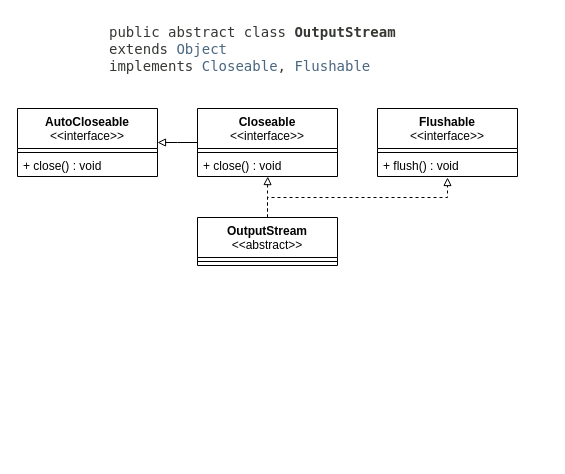
Earlier version of the draw.io diagram UML-OutputStream.drawio (qingyunlyp/resource). Source tidied: cells renumbered, new cells numbered last; positions are measured from the earlier drawing's top-left corner, leaving out a move shared by most shapes. Both pictures are drawn from the tidied source at 100%, with x=0, y=0 at pixel (17, 17).
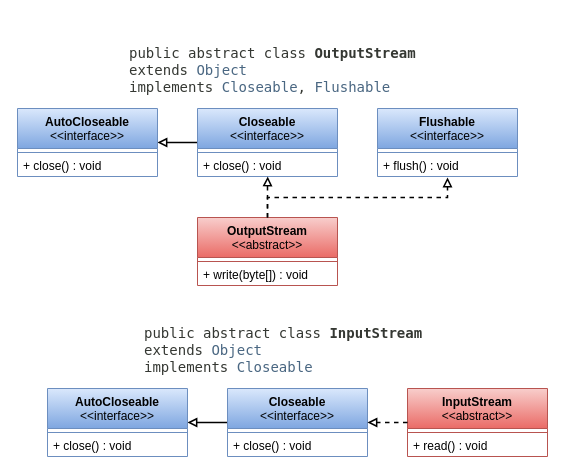
The same page after the edit.

Unchanged cells that the change refers to:
```xml
<mxCell id="8" value="+ close() : void" style="text;html=1;strokeColor=none;fillColor=none;align=left;verticalAlign=middle;spacingLeft=4;spacingRight=4;overflow=hidden;points=[[0,0.5],[1,0.5]];portConstraint=eastwest;whiteSpace=wrap;" parent="6" vertex="1">
  <mxGeometry y="48" width="140" height="20" as="geometry" />
</mxCell>
```

Change to the diagram source:
```diff
@@
-    <mxCell id="2" value="&lt;b&gt;OutputStream&lt;/b&gt;&lt;br&gt;&amp;lt;&amp;lt;abstract&amp;gt;&amp;gt;" style="swimlane;fontStyle=0;align=center;verticalAlign=top;horizontal=1;startSize=40;html=1;whiteSpace=wrap;" parent="1" vertex="1">
-      <mxGeometry x="180" y="200" width="140" height="48" as="geometry" />
+    <mxCell id="2" value="&lt;b&gt;OutputStream&lt;/b&gt;&lt;br&gt;&amp;lt;&amp;lt;abstract&amp;gt;&amp;gt;" style="swimlane;fontStyle=0;align=center;verticalAlign=top;horizontal=1;startSize=40;html=1;whiteSpace=wrap;fillColor=#f8cecc;gradientColor=#ea6b66;strokeColor=#b85450;" parent="1" vertex="1">
+      <mxGeometry x="180" y="200" width="140" height="68" as="geometry" />
     </mxCell>
-    <mxCell id="3" style="line;strokeWidth=1;fillColor=none;align=left;verticalAlign=middle;spacingTop=-1;spacingLeft=3;spacingRight=3;labelPosition=right;" parent="2" vertex="1">
+    <mxCell id="3" style="line;strokeWidth=1;fillColor=none;align=left;verticalAlign=middle;spacingTop=-1;spacingLeft=3;spacingRight=3;labelPosition=right;strokeColor=#B85450;" parent="2" vertex="1">
       <mxGeometry y="40" width="140" height="8" as="geometry" />
     </mxCell>
+    <mxCell id="17" value="&lt;span style=&quot;white-space: normal;&quot;&gt;+ write(byte[]) : void&lt;/span&gt;" style="text;html=1;strokeColor=none;fillColor=none;align=left;verticalAlign=middle;spacingLeft=4;spacingRight=4;overflow=hidden;whiteSpace=wrap;" parent="2" vertex="1">
+      <mxGeometry y="48" width="140" height="20" as="geometry" />
+    </mxCell>
     <mxCell id="4" value="&lt;span style=&quot;color: rgb(53, 56, 51); font-family: &amp;quot;DejaVu Sans Mono&amp;quot;, monospace; font-size: 14px; font-style: normal; font-variant-ligatures: normal; font-variant-caps: normal; font-weight: 400; letter-spacing: normal; orphans: 2; text-align: left; text-indent: 0px; text-transform: none; widows: 2; word-spacing: 0px; -webkit-text-stroke-width: 0px; white-space: pre; background-color: rgb(255, 255, 255); text-decoration-thickness: initial; text-decoration-style: initial; text-decoration-color: initial; float: none; display: inline !important;&quot;&gt;public abstract class &lt;/span&gt;&lt;span class=&quot;typeNameLabel&quot; style=&quot;font-weight: bold; color: rgb(53, 56, 51); font-family: &amp;quot;DejaVu Sans Mono&amp;quot;, monospace; font-size: 14px; font-style: normal; font-variant-ligatures: normal; font-variant-caps: normal; letter-spacing: normal; orphans: 2; text-align: left; text-indent: 0px; text-transform: none; widows: 2; word-spacing: 0px; -webkit-text-stroke-width: 0px; white-space: pre; background-color: rgb(255, 255, 255); text-decoration-thickness: initial; text-decoration-style: initial; text-decoration-color: initial;&quot;&gt;OutputStream&lt;/span&gt;&lt;span style=&quot;color: rgb(53, 56, 51); font-family: &amp;quot;DejaVu Sans Mono&amp;quot;, monospace; font-size: 14px; font-style: normal; font-variant-ligatures: normal; font-variant-caps: normal; font-weight: 400; letter-spacing: normal; orphans: 2; text-align: left; text-indent: 0px; text-transform: none; widows: 2; word-spacing: 0px; -webkit-text-stroke-width: 0px; white-space: pre; background-color: rgb(255, 255, 255); text-decoration-thickness: initial; text-decoration-style: initial; text-decoration-color: initial; float: none; display: inline !important;&quot;&gt;&lt;br&gt;extends &lt;/span&gt;&lt;a href=&quot;https://docs.oracle.com/javase/8/docs/api/java/lang/Object.html&quot; title=&quot;class in java.lang&quot; style=&quot;text-decoration: none; color: rgb(74, 103, 130); font-family: &amp;quot;DejaVu Sans Mono&amp;quot;, monospace; font-size: 14px; font-style: normal; font-variant-ligatures: normal; font-variant-caps: normal; font-weight: 400; letter-spacing: normal; orphans: 2; text-align: left; text-indent: 0px; text-transform: none; widows: 2; word-spacing: 0px; -webkit-text-stroke-width: 0px; white-space: pre; background-color: rgb(255, 255, 255);&quot;&gt;Object&lt;/a&gt;&lt;span style=&quot;color: rgb(53, 56, 51); font-family: &amp;quot;DejaVu Sans Mono&amp;quot;, monospace; font-size: 14px; font-style: normal; font-variant-ligatures: normal; font-variant-caps: normal; font-weight: 400; letter-spacing: normal; orphans: 2; text-align: left; text-indent: 0px; text-transform: none; widows: 2; word-spacing: 0px; -webkit-text-stroke-width: 0px; white-space: pre; background-color: rgb(255, 255, 255); text-decoration-thickness: initial; text-decoration-style: initial; text-decoration-color: initial; float: none; display: inline !important;&quot;&gt;&lt;br&gt;implements &lt;/span&gt;&lt;a href=&quot;https://docs.oracle.com/javase/8/docs/api/java/io/Closeable.html&quot; title=&quot;interface in java.io&quot; style=&quot;text-decoration: none; color: rgb(74, 103, 130); font-family: &amp;quot;DejaVu Sans Mono&amp;quot;, monospace; font-size: 14px; font-style: normal; font-variant-ligatures: normal; font-variant-caps: normal; font-weight: 400; letter-spacing: normal; orphans: 2; text-align: left; text-indent: 0px; text-transform: none; widows: 2; word-spacing: 0px; -webkit-text-stroke-width: 0px; white-space: pre; background-color: rgb(255, 255, 255);&quot;&gt;Closeable&lt;/a&gt;&lt;span style=&quot;color: rgb(53, 56, 51); font-family: &amp;quot;DejaVu Sans Mono&amp;quot;, monospace; font-size: 14px; font-style: normal; font-variant-ligatures: normal; font-variant-caps: normal; font-weight: 400; letter-spacing: normal; orphans: 2; text-align: left; text-indent: 0px; text-transform: none; widows: 2; word-spacing: 0px; -webkit-text-stroke-width: 0px; white-space: pre; background-color: rgb(255, 255, 255); text-decoration-thickness: initial; text-decoration-style: initial; text-decoration-color: initial; float: none; display: inline !important;&quot;&gt;, &lt;/span&gt;&lt;a href=&quot;https://docs.oracle.com/javase/8/docs/api/java/io/Flushable.html&quot; title=&quot;interface in java.io&quot; style=&quot;text-decoration: none; color: rgb(74, 103, 130); font-family: &amp;quot;DejaVu Sans Mono&amp;quot;, monospace; font-size: 14px; font-style: normal; font-variant-ligatures: normal; font-variant-caps: normal; font-weight: 400; letter-spacing: normal; orphans: 2; text-align: left; text-indent: 0px; text-transform: none; widows: 2; word-spacing: 0px; -webkit-text-stroke-width: 0px; white-space: pre; background-color: rgb(255, 255, 255);&quot;&gt;Flushable&lt;/a&gt;" style="text;whiteSpace=wrap;html=1;" parent="1" vertex="1">
-      <mxGeometry x="90" width="300" height="60" as="geometry" />
+      <mxGeometry x="110" y="21" width="300" height="60" as="geometry" />
     </mxCell>
-    <mxCell id="5" style="edgeStyle=orthogonalEdgeStyle;rounded=0;jettySize=auto;html=1;entryX=1;entryY=0.5;entryDx=0;entryDy=0;endArrow=block;endFill=0;" parent="1" edge="1" source="6" target="12">
+    <mxCell id="5" style="edgeStyle=orthogonalEdgeStyle;rounded=0;jettySize=auto;html=1;entryX=1;entryY=0.5;entryDx=0;entryDy=0;endArrow=block;endFill=0;strokeWidth=1.5;" parent="1" edge="1" source="6" target="12">
       <mxGeometry relative="1" as="geometry">
         <Array as="points">
           <mxPoint x="160" y="125" />
           <mxPoint x="160" y="125" />
         </Array>
       </mxGeometry>
     </mxCell>
-    <mxCell id="6" value="&lt;b&gt;Closeable&lt;/b&gt;&lt;br&gt;&amp;lt;&amp;lt;interface&amp;gt;&amp;gt;" style="swimlane;fontStyle=0;align=center;verticalAlign=top;horizontal=1;startSize=40;html=1;whiteSpace=wrap;" parent="1" vertex="1">
+    <mxCell id="6" value="&lt;b&gt;Closeable&lt;/b&gt;&lt;br&gt;&amp;lt;&amp;lt;interface&amp;gt;&amp;gt;" style="swimlane;fontStyle=0;align=center;verticalAlign=top;horizontal=1;startSize=40;html=1;whiteSpace=wrap;fillColor=#dae8fc;gradientColor=#7ea6e0;strokeColor=#6c8ebf;" parent="1" vertex="1">
       <mxGeometry x="180" y="91" width="140" height="68" as="geometry" />
     </mxCell>
-    <mxCell id="7" style="line;strokeWidth=1;fillColor=none;align=left;verticalAlign=middle;spacingTop=-1;spacingLeft=3;spacingRight=3;labelPosition=right;" parent="6" vertex="1">
+    <mxCell id="7" style="line;strokeWidth=1;fillColor=none;align=left;verticalAlign=middle;spacingTop=-1;spacingLeft=3;spacingRight=3;labelPosition=right;strokeColor=#6C8EBF;" parent="6" vertex="1">
       <mxGeometry y="40" width="140" height="8" as="geometry" />
     </mxCell>
@@
-    <mxCell id="9" value="&lt;b&gt;Flushable&lt;/b&gt;&lt;br&gt;&amp;lt;&amp;lt;interface&amp;gt;&amp;gt;" style="swimlane;fontStyle=0;align=center;verticalAlign=top;horizontal=1;startSize=40;html=1;whiteSpace=wrap;" parent="1" vertex="1">
+    <mxCell id="9" value="&lt;b&gt;Flushable&lt;/b&gt;&lt;br&gt;&amp;lt;&amp;lt;interface&amp;gt;&amp;gt;" style="swimlane;fontStyle=0;align=center;verticalAlign=top;horizontal=1;startSize=40;html=1;whiteSpace=wrap;fillColor=#dae8fc;gradientColor=#7ea6e0;strokeColor=#6c8ebf;" parent="1" vertex="1">
       <mxGeometry x="360" y="91" width="140" height="68" as="geometry" />
     </mxCell>
-    <mxCell id="10" style="line;strokeWidth=1;fillColor=none;align=left;verticalAlign=middle;spacingTop=-1;spacingLeft=3;spacingRight=3;labelPosition=right;" parent="9" vertex="1">
+    <mxCell id="10" style="line;strokeWidth=1;fillColor=none;align=left;verticalAlign=middle;spacingTop=-1;spacingLeft=3;spacingRight=3;labelPosition=right;strokeColor=#6C8EBF;" parent="9" vertex="1">
       <mxGeometry y="40" width="140" height="8" as="geometry" />
     </mxCell>
@@
-    <mxCell id="12" value="&lt;b&gt;AutoCloseable&lt;/b&gt;&lt;br&gt;&amp;lt;&amp;lt;interface&amp;gt;&amp;gt;" style="swimlane;fontStyle=0;align=center;verticalAlign=top;horizontal=1;startSize=40;html=1;whiteSpace=wrap;" parent="1" vertex="1">
+    <mxCell id="12" value="&lt;b&gt;AutoCloseable&lt;/b&gt;&lt;br&gt;&amp;lt;&amp;lt;interface&amp;gt;&amp;gt;" style="swimlane;fontStyle=0;align=center;verticalAlign=top;horizontal=1;startSize=40;html=1;whiteSpace=wrap;fillColor=#dae8fc;gradientColor=#7ea6e0;strokeColor=#6c8ebf;swimlaneLine=1;" parent="1" vertex="1">
       <mxGeometry y="91" width="140" height="68" as="geometry" />
     </mxCell>
-    <mxCell id="13" style="line;strokeWidth=1;fillColor=none;align=left;verticalAlign=middle;spacingTop=-1;spacingLeft=3;spacingRight=3;labelPosition=right;" parent="12" vertex="1">
+    <mxCell id="13" style="line;strokeWidth=1;fillColor=none;align=left;verticalAlign=middle;spacingTop=-1;spacingLeft=3;spacingRight=3;labelPosition=right;strokeColor=#6C8EBF;" parent="12" vertex="1">
       <mxGeometry y="40" width="140" height="8" as="geometry" />
     </mxCell>
@@
-    <mxCell id="15" style="edgeStyle=orthogonalEdgeStyle;rounded=0;jettySize=auto;html=1;entryX=0.502;entryY=1.003;entryDx=0;entryDy=0;endArrow=block;endFill=0;entryPerimeter=0;dashed=1;exitX=0.5;exitY=0;exitDx=0;exitDy=0;" parent="1" edge="1" source="2" target="8">
+    <mxCell id="15" style="edgeStyle=orthogonalEdgeStyle;rounded=0;jettySize=auto;html=1;entryX=0.502;entryY=1.003;entryDx=0;entryDy=0;endArrow=block;endFill=0;entryPerimeter=0;dashed=1;exitX=0.5;exitY=0;exitDx=0;exitDy=0;strokeWidth=1.5;" parent="1" edge="1" source="2" target="8">
       <mxGeometry relative="1" as="geometry">
         <Array as="points">
           <mxPoint x="250" y="170" />
           <mxPoint x="250" y="170" />
         </Array>
       </mxGeometry>
     </mxCell>
-    <mxCell id="16" style="edgeStyle=orthogonalEdgeStyle;rounded=0;jettySize=auto;html=1;endArrow=block;endFill=0;dashed=1;exitX=0.5;exitY=0;exitDx=0;exitDy=0;" parent="1" edge="1" source="2">
+    <mxCell id="16" style="edgeStyle=orthogonalEdgeStyle;rounded=0;jettySize=auto;html=1;endArrow=block;endFill=0;dashed=1;exitX=0.5;exitY=0;exitDx=0;exitDy=0;strokeWidth=1.5;" parent="1" edge="1" source="2">
       <mxGeometry relative="1" as="geometry">
         <mxPoint x="430" y="160" as="targetPoint" />
         <Array as="points">
           <mxPoint x="250" y="180" />
           <mxPoint x="430" y="180" />
         </Array>
       </mxGeometry>
     </mxCell>
+    <mxCell id="18" value="&lt;pre style=&quot;font-family: &amp;quot;DejaVu Sans Mono&amp;quot;, monospace; font-size: 14px; margin-top: 0px; color: rgb(53, 56, 51); font-style: normal; font-variant-ligatures: normal; font-variant-caps: normal; font-weight: 400; letter-spacing: normal; orphans: 2; text-align: left; text-indent: 0px; text-transform: none; widows: 2; word-spacing: 0px; -webkit-text-stroke-width: 0px; background-color: rgb(255, 255, 255); text-decoration-thickness: initial; text-decoration-style: initial; text-decoration-color: initial;&quot;&gt;public abstract class &lt;span class=&quot;typeNameLabel&quot; style=&quot;font-weight: bold;&quot;&gt;InputStream&lt;/span&gt;&#10;extends &lt;a href=&quot;https://docs.oracle.com/javase/8/docs/api/java/lang/Object.html&quot; title=&quot;class in java.lang&quot; style=&quot;text-decoration: none; color: rgb(74, 103, 130);&quot;&gt;Object&lt;/a&gt;&#10;implements &lt;a href=&quot;https://docs.oracle.com/javase/8/docs/api/java/io/Closeable.html&quot; title=&quot;interface in java.io&quot; style=&quot;text-decoration: none; color: rgb(74, 103, 130);&quot;&gt;Closeable&lt;/a&gt;&lt;/pre&gt;" style="text;whiteSpace=wrap;html=1;" parent="1" vertex="1">
+      <mxGeometry x="125" y="301" width="310" height="60" as="geometry" />
+    </mxCell>
+    <mxCell id="19" value="&lt;b&gt;InputStream&lt;/b&gt;&lt;br&gt;&amp;lt;&amp;lt;abstract&amp;gt;&amp;gt;" style="swimlane;fontStyle=0;align=center;verticalAlign=top;horizontal=1;startSize=40;html=1;whiteSpace=wrap;fillColor=#f8cecc;gradientColor=#ea6b66;strokeColor=#b85450;" parent="1" vertex="1">
+      <mxGeometry x="390" y="371" width="140" height="68" as="geometry" />
+    </mxCell>
+    <mxCell id="20" style="line;strokeWidth=1;fillColor=none;align=left;verticalAlign=middle;spacingTop=-1;spacingLeft=3;spacingRight=3;labelPosition=right;strokeColor=#B85450;" parent="19" vertex="1">
+      <mxGeometry y="40" width="140" height="8" as="geometry" />
+    </mxCell>
+    <mxCell id="21" value="+&amp;nbsp;&lt;span style=&quot;white-space: normal;&quot;&gt;read()&lt;/span&gt;&amp;nbsp;: void" style="text;html=1;strokeColor=none;fillColor=none;align=left;verticalAlign=middle;spacingLeft=4;spacingRight=4;overflow=hidden;whiteSpace=wrap;" parent="19" vertex="1">
+      <mxGeometry y="48" width="140" height="20" as="geometry" />
+    </mxCell>
+    <mxCell id="22" style="edgeStyle=orthogonalEdgeStyle;rounded=0;jettySize=auto;html=1;entryX=1;entryY=0.5;entryDx=0;entryDy=0;endArrow=block;endFill=0;strokeWidth=1.5;" parent="1" edge="1" source="23" target="26">
+      <mxGeometry relative="1" as="geometry">
+        <Array as="points">
+          <mxPoint x="190" y="405" />
+          <mxPoint x="190" y="405" />
+        </Array>
+      </mxGeometry>
+    </mxCell>
+    <mxCell id="23" value="&lt;b&gt;Closeable&lt;/b&gt;&lt;br&gt;&amp;lt;&amp;lt;interface&amp;gt;&amp;gt;" style="swimlane;fontStyle=0;align=center;verticalAlign=top;horizontal=1;startSize=40;html=1;whiteSpace=wrap;fillColor=#dae8fc;gradientColor=#7ea6e0;strokeColor=#6c8ebf;" parent="1" vertex="1">
+      <mxGeometry x="210" y="371" width="140" height="68" as="geometry" />
+    </mxCell>
+    <mxCell id="24" style="line;strokeWidth=1;fillColor=none;align=left;verticalAlign=middle;spacingTop=-1;spacingLeft=3;spacingRight=3;labelPosition=right;strokeColor=#6C8EBF;" parent="23" vertex="1">
+      <mxGeometry y="40" width="140" height="8" as="geometry" />
+    </mxCell>
+    <mxCell id="25" value="+ close() : void" style="text;html=1;strokeColor=none;fillColor=none;align=left;verticalAlign=middle;spacingLeft=4;spacingRight=4;overflow=hidden;whiteSpace=wrap;" parent="23" vertex="1">
+      <mxGeometry y="48" width="140" height="20" as="geometry" />
+    </mxCell>
+    <mxCell id="26" value="&lt;b&gt;AutoCloseable&lt;/b&gt;&lt;br&gt;&amp;lt;&amp;lt;interface&amp;gt;&amp;gt;" style="swimlane;fontStyle=0;align=center;verticalAlign=top;horizontal=1;startSize=40;html=1;whiteSpace=wrap;fillColor=#dae8fc;gradientColor=#7ea6e0;strokeColor=#6c8ebf;swimlaneLine=1;" parent="1" vertex="1">
+      <mxGeometry x="30" y="371" width="140" height="68" as="geometry" />
+    </mxCell>
+    <mxCell id="27" style="line;strokeWidth=1;fillColor=none;align=left;verticalAlign=middle;spacingTop=-1;spacingLeft=3;spacingRight=3;labelPosition=right;strokeColor=#6C8EBF;" parent="26" vertex="1">
+      <mxGeometry y="40" width="140" height="8" as="geometry" />
+    </mxCell>
+    <mxCell id="28" value="+ close() : void" style="text;html=1;strokeColor=none;fillColor=none;align=left;verticalAlign=middle;spacingLeft=4;spacingRight=4;overflow=hidden;whiteSpace=wrap;" parent="26" vertex="1">
+      <mxGeometry y="48" width="140" height="20" as="geometry" />
+    </mxCell>
+    <mxCell id="29" style="edgeStyle=orthogonalEdgeStyle;rounded=0;jettySize=auto;html=1;endArrow=block;endFill=0;dashed=1;exitX=0;exitY=0.5;exitDx=0;exitDy=0;strokeWidth=1.5;entryX=1;entryY=0.5;entryDx=0;entryDy=0;" parent="1" edge="1" source="19" target="23">
+      <mxGeometry relative="1" as="geometry">
+        <Array as="points">
+          <mxPoint x="360" y="405" />
+          <mxPoint x="360" y="405" />
+        </Array>
+      </mxGeometry>
+    </mxCell>
```
